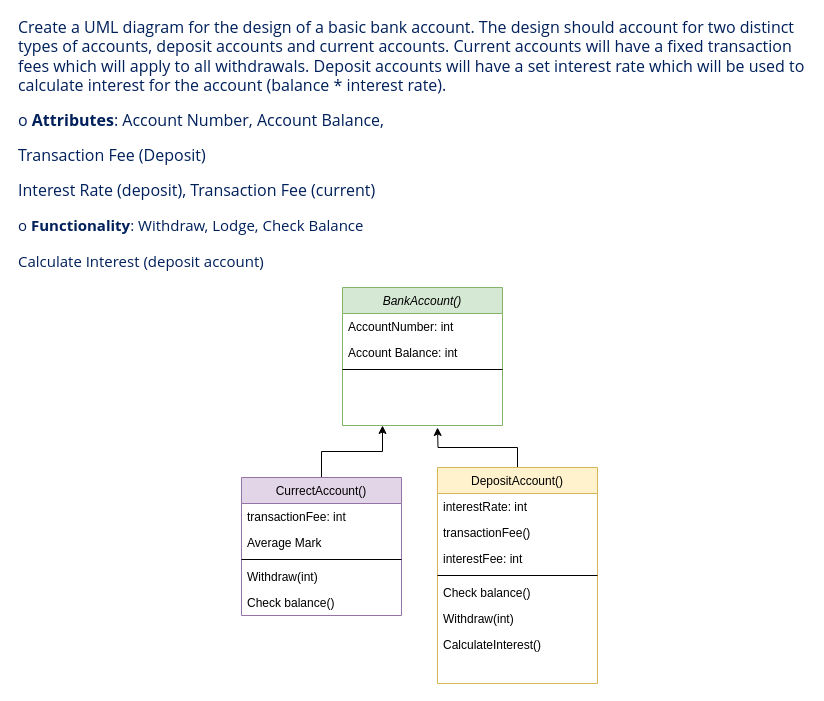
Earlier version of the draw.io diagram bankinguml.drawio (VictoriaJ4/VictoriaJ4). Source tidied: cells renumbered, new cells numbered last; positions are measured from the earlier drawing's top-left corner, leaving out a move shared by most shapes. Both pictures are drawn from the tidied source at 100%, with x=0, y=0 at pixel (17, 137).
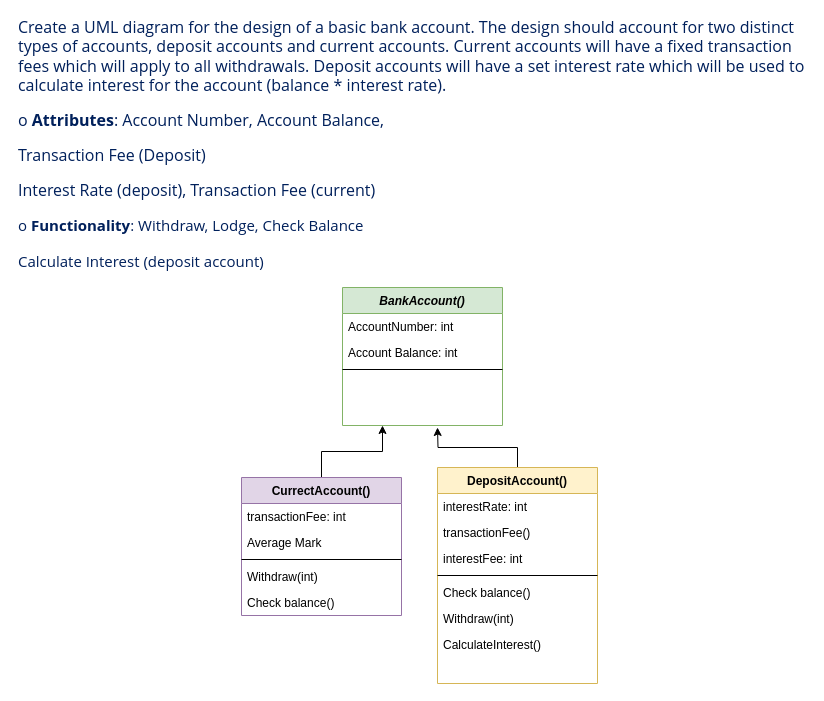
After the change.

Change to the diagram source:
```diff
@@
-    <mxCell id="2" value="BankAccount()" style="swimlane;fontStyle=2;align=center;verticalAlign=top;horizontal=1;startSize=26;rounded=0;shadow=0;strokeWidth=1;fillColor=#d5e8d4;strokeColor=#82b366;" parent="1" vertex="1">
+    <mxCell id="2" value="BankAccount()" style="swimlane;fontStyle=3;align=center;verticalAlign=top;horizontal=1;startSize=26;rounded=0;shadow=0;strokeWidth=1;fillColor=#d5e8d4;strokeColor=#82b366;" parent="1" vertex="1">
       <mxGeometry x="325" y="150" width="160" height="138" as="geometry" />
     </mxCell>
@@
-    <mxCell id="7" value="CurrectAccount()" style="swimlane;fontStyle=0;align=center;verticalAlign=top;horizontal=1;startSize=26;rounded=0;shadow=0;strokeWidth=1;fillColor=#e1d5e7;strokeColor=#9673a6;" parent="1" vertex="1">
+    <mxCell id="7" value="CurrectAccount()" style="swimlane;fontStyle=1;align=center;verticalAlign=top;horizontal=1;startSize=26;rounded=0;shadow=0;strokeWidth=1;fillColor=#e1d5e7;strokeColor=#9673a6;" parent="1" vertex="1">
       <mxGeometry x="224" y="340" width="160" height="138" as="geometry" />
     </mxCell>
@@
-    <mxCell id="14" value="DepositAccount()" style="swimlane;fontStyle=0;align=center;verticalAlign=top;horizontal=1;startSize=26;rounded=0;shadow=0;strokeWidth=1;fillColor=#fff2cc;strokeColor=#d6b656;" parent="1" vertex="1">
+    <mxCell id="14" value="DepositAccount()" style="swimlane;fontStyle=1;align=center;verticalAlign=top;horizontal=1;startSize=26;rounded=0;shadow=0;strokeWidth=1;fillColor=#fff2cc;strokeColor=#d6b656;" parent="1" vertex="1">
       <mxGeometry x="420" y="330" width="160" height="216" as="geometry" />
     </mxCell>
```
